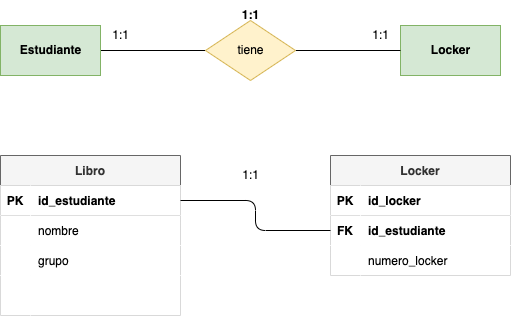
deylansystem/actividadesBAE keeps this draw.io diagram as tareas/tarea-3/images/ejercicio2.drawio.png. Above is the earlier version. Source tidied: cells renumbered, new cells last; positions are measured from the earlier drawing's top-left corner, leaving out a move shared by most shapes.
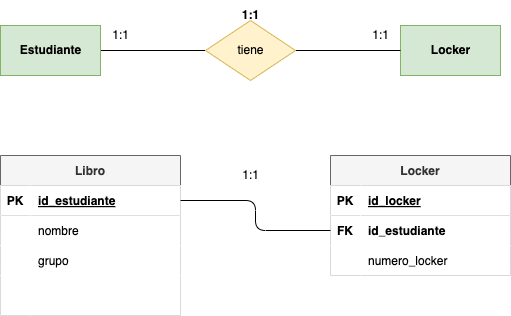
Above is the later version.

What changed in the source:
```diff
@@ -35,7 +35,7 @@
     <mxCell id="12" value="PK" style="shape=partialRectangle;fillColor=#FFFFFF;top=0;left=0;bottom=0;right=0;fontStyle=1;overflow=hidden;fontColor=#000000;" parent="11" vertex="1">
       <mxGeometry width="30" height="30" as="geometry" />
     </mxCell>
-    <mxCell id="13" value="id_estudiante" style="shape=partialRectangle;fillColor=#FFFFFF;top=0;left=0;bottom=0;right=0;align=left;spacingLeft=6;fontStyle=1;overflow=hidden;fontColor=#000000;" parent="11" vertex="1">
+    <mxCell id="13" value="id_estudiante" style="shape=partialRectangle;fillColor=#FFFFFF;top=0;left=0;bottom=0;right=0;align=left;spacingLeft=6;fontStyle=5;overflow=hidden;fontColor=#000000;" parent="11" vertex="1">
       <mxGeometry x="30" width="150" height="30" as="geometry" />
     </mxCell>
     <mxCell id="14" style="shape=tableRow;horizontal=0;startSize=0;swimlaneHead=0;swimlaneBody=0;fillColor=#FFFFFF;top=0;left=0;right=0;bottom=0;fontColor=#000000;" parent="10" vertex="1">
@@ -74,7 +74,7 @@
     <mxCell id="25" value="PK" style="shape=partialRectangle;fillColor=#FFFFFF;top=0;left=0;bottom=0;right=0;fontStyle=1;overflow=hidden;fontColor=#000000;" parent="24" vertex="1">
       <mxGeometry width="30" height="30" as="geometry" />
     </mxCell>
-    <mxCell id="26" value="id_locker" style="shape=partialRectangle;fillColor=#FFFFFF;top=0;left=0;bottom=0;right=0;align=left;spacingLeft=6;fontStyle=1;overflow=hidden;fontColor=#000000;" parent="24" vertex="1">
+    <mxCell id="26" value="id_locker" style="shape=partialRectangle;fillColor=#FFFFFF;top=0;left=0;bottom=0;right=0;align=left;spacingLeft=6;fontStyle=5;overflow=hidden;fontColor=#000000;" parent="24" vertex="1">
       <mxGeometry x="30" width="150" height="30" as="geometry" />
     </mxCell>
     <mxCell id="27" style="shape=tableRow;horizontal=0;startSize=0;swimlaneHead=0;swimlaneBody=0;fillColor=#FFFFFF;points=[[0,0.5],[1,0.5]];portConstraint=eastwest;top=0;left=0;right=0;bottom=0;fontColor=#000000;" parent="23" vertex="1">
```
